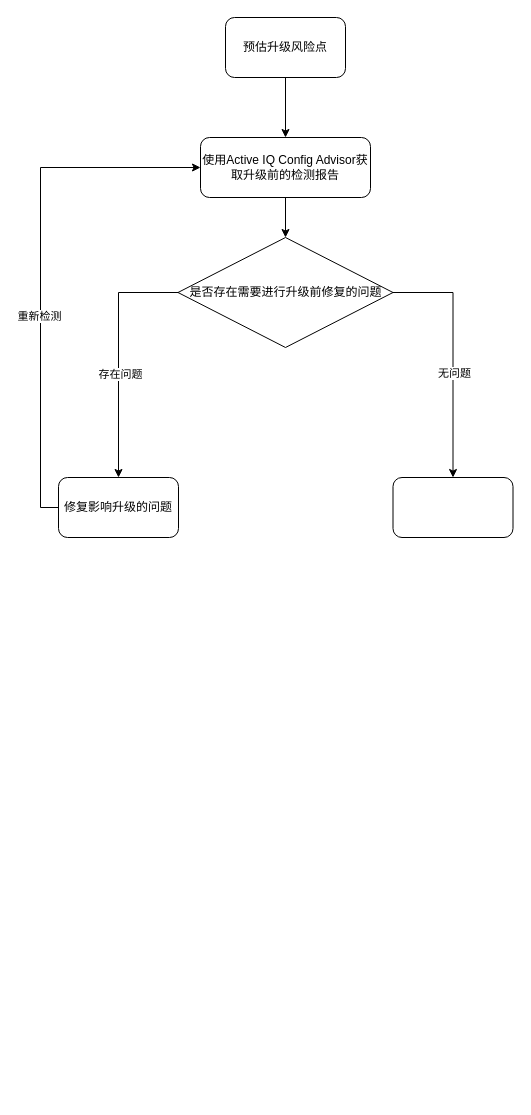
Above: NetApp升级流程图.drawio in lrAltas/DrwaIO (draw.io), before the change. Source tidied: cells renumbered, new cells numbered last; positions are measured from the earlier drawing's top-left corner, leaving out a move shared by most shapes. Both pictures are drawn from the tidied source at 100%, with x=0, y=0 at pixel (40, 17).
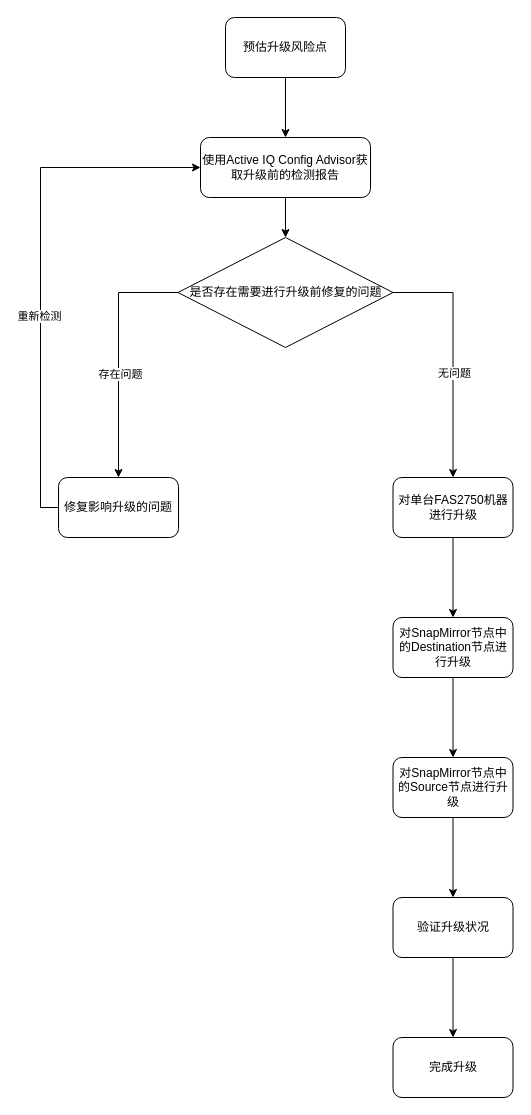
After the change.

Commit message (it also covers changes not shown here):
更新NetApp升级流程图.drawio

The edit, as a diff of the source:
```diff
@@
+    <mxCell id="15" style="edgeStyle=orthogonalEdgeStyle;rounded=0;jettySize=auto;html=1;" parent="1" edge="1" source="12" target="17">
+      <mxGeometry relative="1" as="geometry" />
+    </mxCell>
-    <mxCell id="12" style="rounded=1;whiteSpace=wrap;html=1;" parent="1" vertex="1">
+    <mxCell id="12" value="对单台FAS2750机器进行升级" style="rounded=1;whiteSpace=wrap;html=1;" parent="1" vertex="1">
       <mxGeometry x="352.5" y="460" width="120" height="60" as="geometry" />
     </mxCell>
@@
+    <mxCell id="16" style="edgeStyle=orthogonalEdgeStyle;rounded=0;jettySize=auto;html=1;" parent="1" edge="1" source="17" target="19">
+      <mxGeometry relative="1" as="geometry" />
+    </mxCell>
+    <mxCell id="17" value="对SnapMirror节点中的Destination节点进行升级" style="whiteSpace=wrap;html=1;rounded=1;" parent="1" vertex="1">
+      <mxGeometry x="352.5" y="600" width="120" height="60" as="geometry" />
+    </mxCell>
+    <mxCell id="18" style="edgeStyle=orthogonalEdgeStyle;rounded=0;jettySize=auto;html=1;" parent="1" edge="1" source="19" target="21">
+      <mxGeometry relative="1" as="geometry" />
+    </mxCell>
+    <mxCell id="19" value="对SnapMirror节点中的Source节点进行升级" style="whiteSpace=wrap;html=1;rounded=1;" parent="1" vertex="1">
+      <mxGeometry x="352.5" y="740" width="120" height="60" as="geometry" />
+    </mxCell>
+    <mxCell id="20" style="edgeStyle=orthogonalEdgeStyle;rounded=0;jettySize=auto;html=1;" parent="1" edge="1" source="21" target="22">
+      <mxGeometry relative="1" as="geometry" />
+    </mxCell>
+    <mxCell id="21" value="&lt;div&gt;验证升级状况&lt;/div&gt;" style="whiteSpace=wrap;html=1;rounded=1;" parent="1" vertex="1">
+      <mxGeometry x="352.5" y="880" width="120" height="60" as="geometry" />
+    </mxCell>
+    <mxCell id="22" value="完成升级" style="whiteSpace=wrap;html=1;rounded=1;" parent="1" vertex="1">
+      <mxGeometry x="352.5" y="1020" width="120" height="60" as="geometry" />
+    </mxCell>
```
